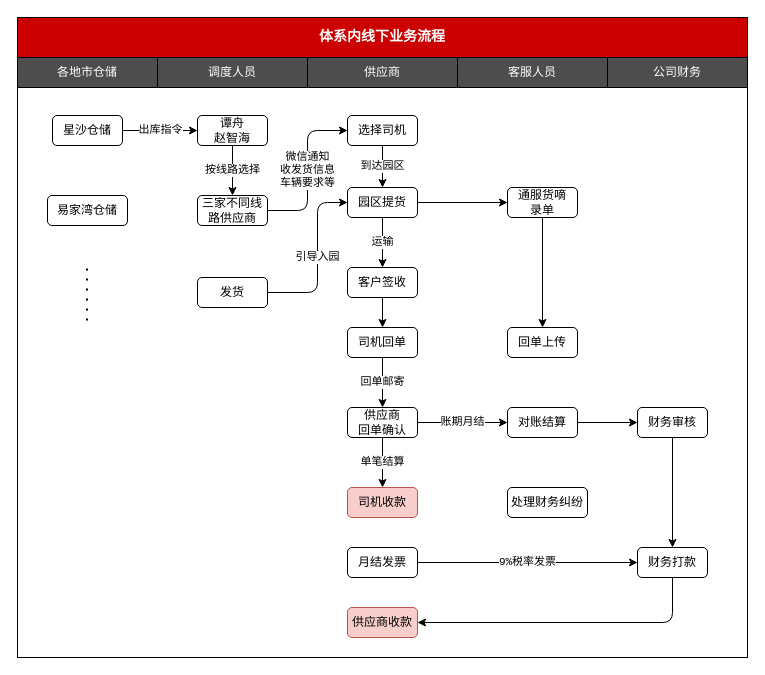
The draw.io diagram 体系内业务流程图（角色）.drawio in chenyibang/rdpwrap, before the edit. Source tidied: cells renumbered, new cells numbered last; positions are measured from the earlier drawing's top-left corner, leaving out a move shared by most shapes. Both pictures are drawn from the tidied source at 100%, with x=0, y=0 at pixel (17, 17).
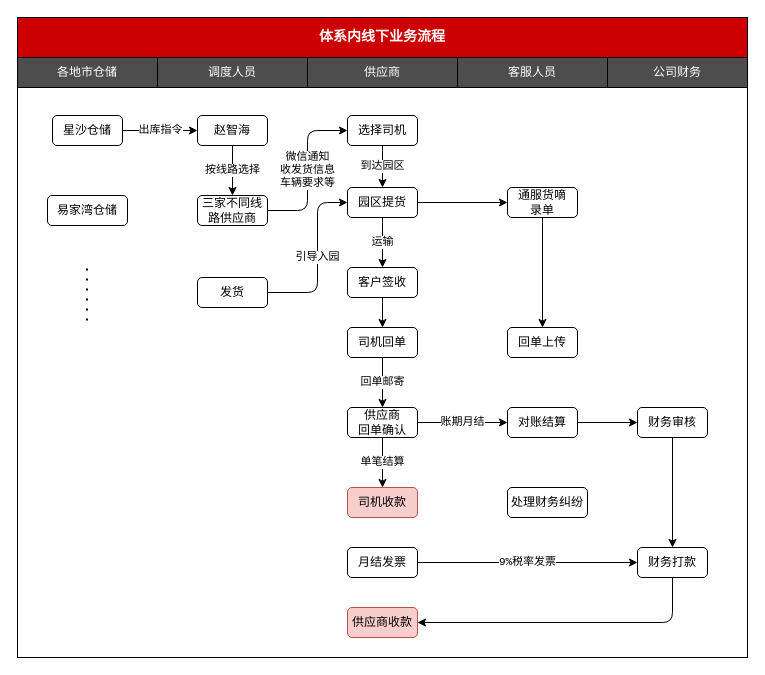
After the change.

Commit message:
更新体系内业务流程图（角色）.drawio

Diff of the diagram source:
```diff
@@
-    <mxCell id="44" value="谭舟&lt;br&gt;赵智海" style="rounded=1;whiteSpace=wrap;html=1;" parent="1" vertex="1">
+    <mxCell id="44" value="赵智海" style="rounded=1;whiteSpace=wrap;html=1;" parent="1" vertex="1">
       <mxGeometry x="180" y="98" width="70" height="30" as="geometry" />
     </mxCell>
```
